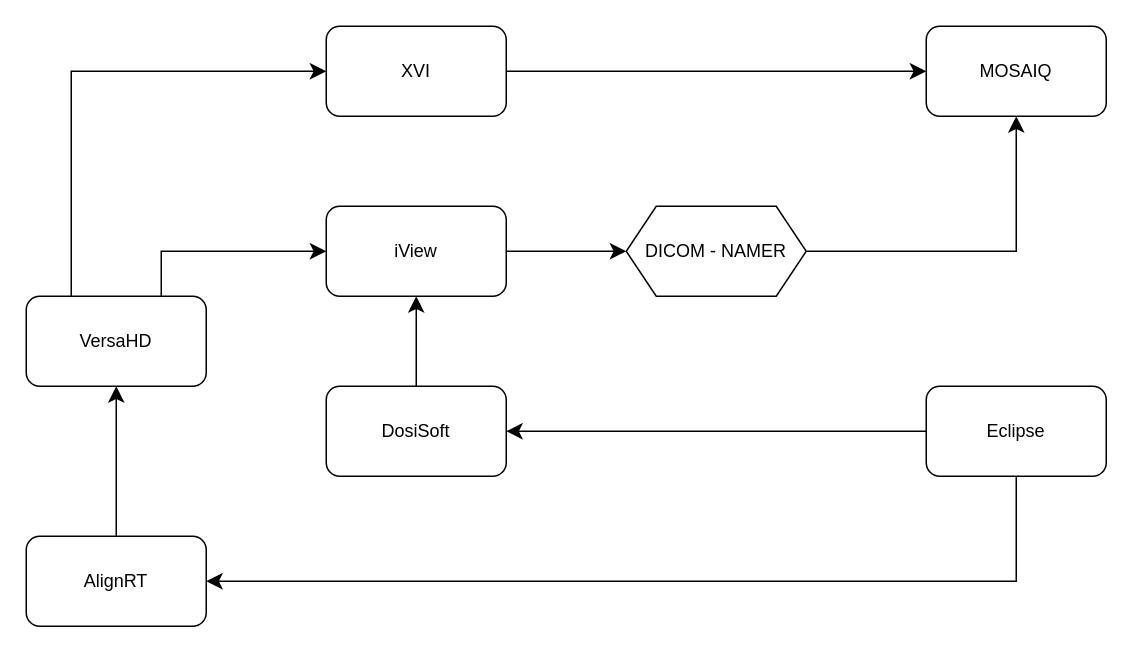
Above: RAD ONC App Diagram.drawio in roycoutts/UHS (draw.io), before the change. Source tidied: cells renumbered, new cells numbered last; positions are measured from the earlier drawing's top-left corner, leaving out a move shared by most shapes. Both pictures are drawn from the tidied source at 150%, with x=0, y=0 at pixel (26, 26).
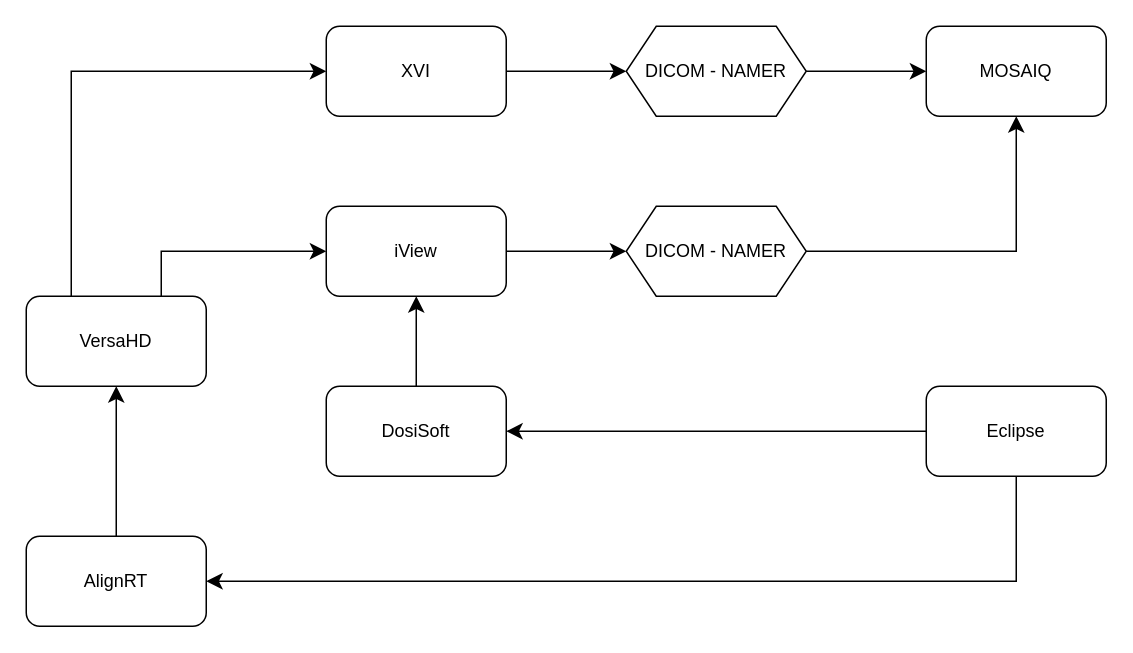
Above is the later version.

Unchanged cells that the change refers to:
```xml
<mxCell id="4" value="XVI" style="rounded=1;whiteSpace=wrap;html=1;roundedPerimeter=1;" parent="1" vertex="1">
  <mxGeometry x="200" width="120" height="60" as="geometry" />
</mxCell>
<mxCell id="14" value="MOSAIQ" style="rounded=1;whiteSpace=wrap;html=1;roundedPerimeter=1;" parent="1" vertex="1">
  <mxGeometry x="600" width="120" height="60" as="geometry" />
</mxCell>
```

Diff of the diagram source:
```diff
@@
-    <mxCell id="15" style="edgeStyle=elbowEdgeStyle;elbow=horizontal;endArrow=classic;html=1;curved=0;rounded=0;endSize=8;startSize=8;exitX=1;exitY=0.5;exitDx=0;exitDy=0;entryX=0;entryY=0.5;entryDx=0;entryDy=0;" parent="1" edge="1" source="4" target="14">
+    <mxCell id="15" style="edgeStyle=elbowEdgeStyle;elbow=horizontal;endArrow=classic;html=1;curved=0;rounded=0;endSize=8;startSize=8;exitX=1;exitY=0.5;exitDx=0;exitDy=0;entryX=0;entryY=0.5;entryDx=0;entryDy=0;" parent="1" edge="1" source="4" target="19">
       <mxGeometry x="-0.21" relative="1" as="geometry">
         <Array as="points">
           <mxPoint x="390" y="40" />
         </Array>
       </mxGeometry>
     </mxCell>
@@
+    <mxCell id="19" value="DICOM - NAMER" style="shape=hexagon;perimeter=hexagonPerimeter2;whiteSpace=wrap;html=1;shapeInside=1;fixedSize=1;" parent="1" vertex="1">
+      <mxGeometry x="400" width="120" height="60" as="geometry" />
+    </mxCell>
+    <mxCell id="20" style="edgeStyle=elbowEdgeStyle;elbow=horizontal;endArrow=classic;html=1;curved=0;rounded=0;endSize=8;startSize=8;exitX=1;exitY=0.5;exitDx=0;exitDy=0;entryX=0;entryY=0.5;entryDx=0;entryDy=0;" parent="1" edge="1" source="19" target="14">
+      <mxGeometry x="-0.21" relative="1" as="geometry">
+        <Array as="points">
+          <mxPoint x="560" y="20" />
+        </Array>
+      </mxGeometry>
+    </mxCell>
```
